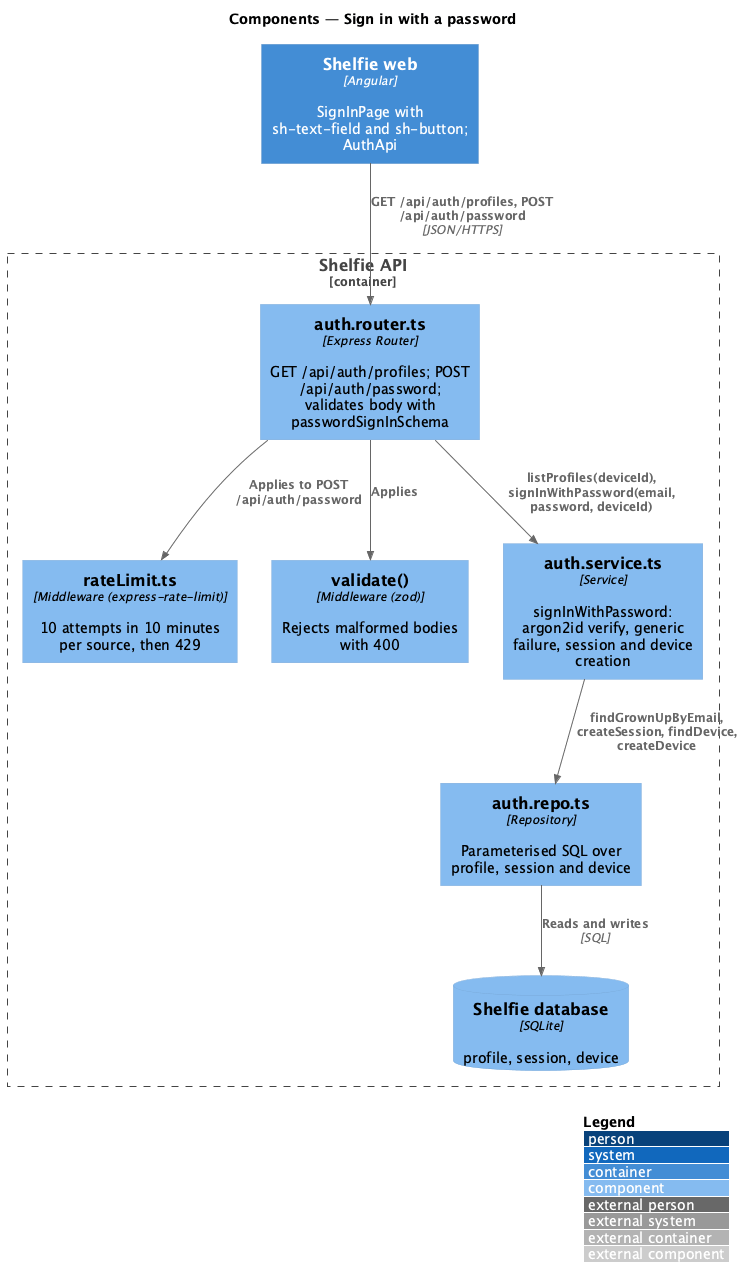
Above: docs/detailed-designs/sign-in/sign-in-with-password/diagrams/c4-component.png in QuinntyneBrown/shelfie (PlantUML), before the change.
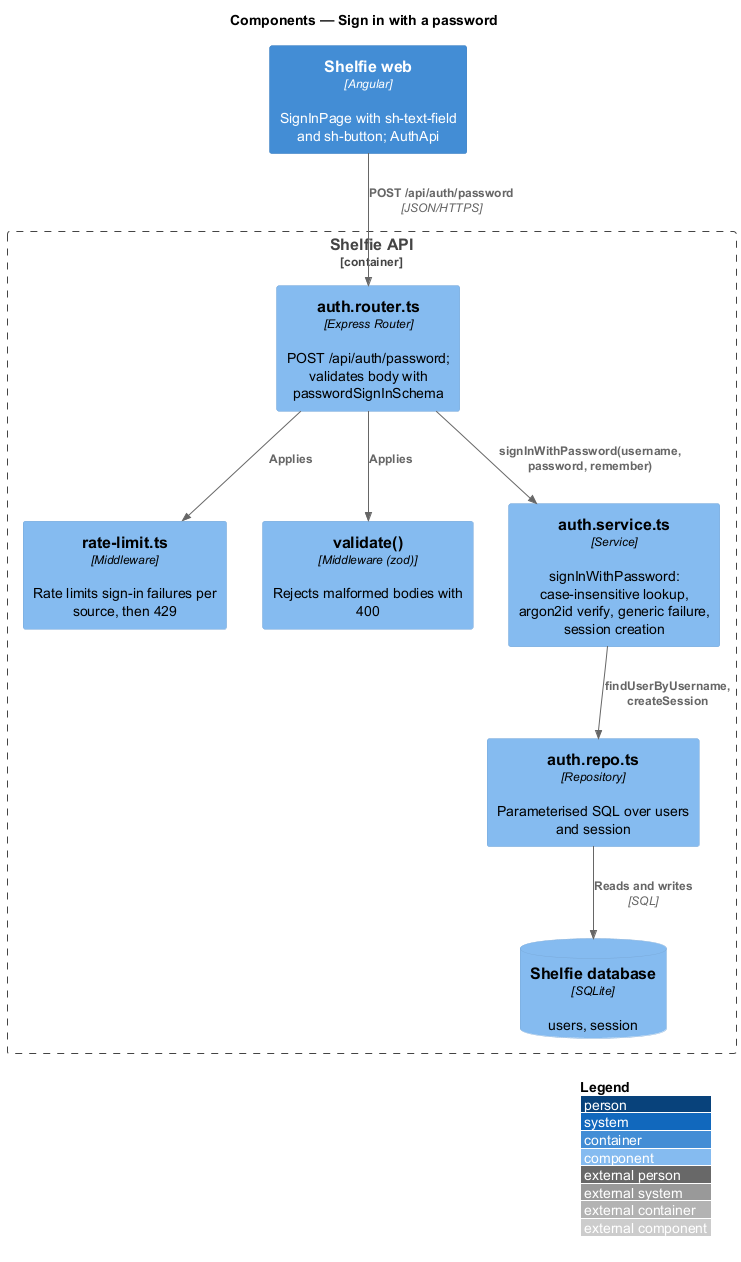
The same file after the commit.

The edit, as a diff of the source:
```diff
@@ -5,17 +5,17 @@
 
 Container(web, "Shelfie web", "Angular", "SignInPage with sh-text-field and sh-button; AuthApi")
 Container_Boundary(api, "Shelfie API") {
-  Component(router, "auth.router.ts", "Express Router", "GET /api/auth/profiles; POST /api/auth/password; validates body with passwordSignInSchema")
-  Component(limiter, "rateLimit.ts", "Middleware (express-rate-limit)", "10 attempts in 10 minutes per source, then 429")
+  Component(router, "auth.router.ts", "Express Router", "POST /api/auth/password; validates body with passwordSignInSchema")
+  Component(limiter, "rate-limit.ts", "Middleware", "Rate limits sign-in failures per source, then 429")
   Component(validate, "validate()", "Middleware (zod)", "Rejects malformed bodies with 400")
-  Component(service, "auth.service.ts", "Service", "signInWithPassword: argon2id verify, generic failure, session and device creation")
-  Component(repo, "auth.repo.ts", "Repository", "Parameterised SQL over profile, session and device")
-  ComponentDb(db, "Shelfie database", "SQLite", "profile, session, device")
+  Component(service, "auth.service.ts", "Service", "signInWithPassword: case-insensitive lookup, argon2id verify, generic failure, session creation")
+  Component(repo, "auth.repo.ts", "Repository", "Parameterised SQL over users and session")
+  ComponentDb(db, "Shelfie database", "SQLite", "users, session")
 }
-Rel(web, router, "GET /api/auth/profiles, POST /api/auth/password", "JSON/HTTPS")
-Rel(router, limiter, "Applies to POST /api/auth/password")
+Rel(web, router, "POST /api/auth/password", "JSON/HTTPS")
+Rel(router, limiter, "Applies")
 Rel(router, validate, "Applies")
-Rel(router, service, "listProfiles(deviceId), signInWithPassword(email, password, deviceId)")
-Rel(service, repo, "findGrownUpByEmail, createSession, findDevice, createDevice")
+Rel(router, service, "signInWithPassword(username, password, remember)")
+Rel(service, repo, "findUserByUsername, createSession")
 Rel(repo, db, "Reads and writes", "SQL")
 @enduml
```
